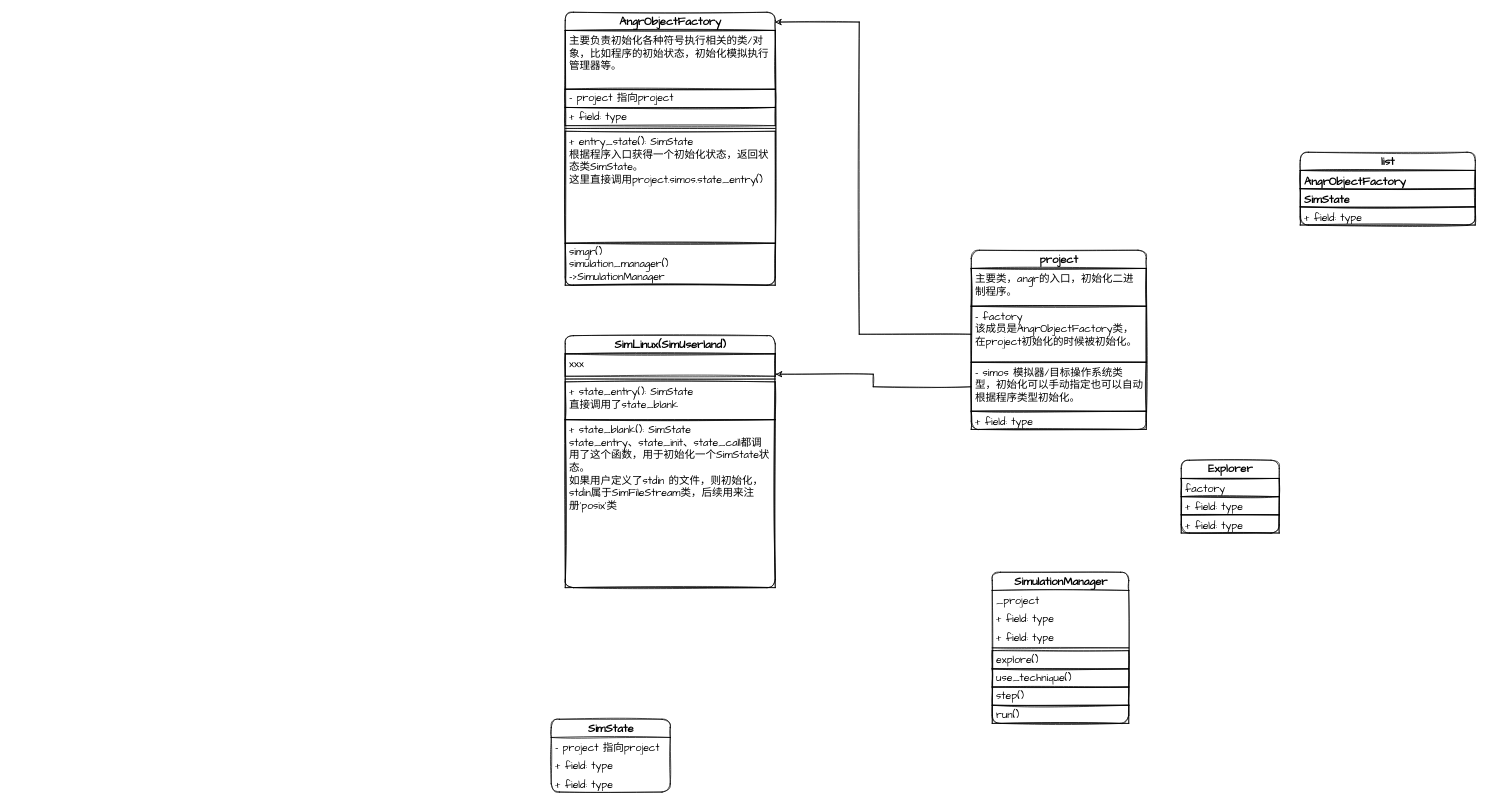
Earlier version of the draw.io diagram Untitled Diagram.drawio (chenaotian/angr-work). Source tidied: cells renumbered, new cells numbered last; positions are measured from the earlier drawing's top-left corner, leaving out a move shared by most shapes. Both pictures are drawn from the tidied source at 70%, with x=0, y=0 at pixel (551, 12).
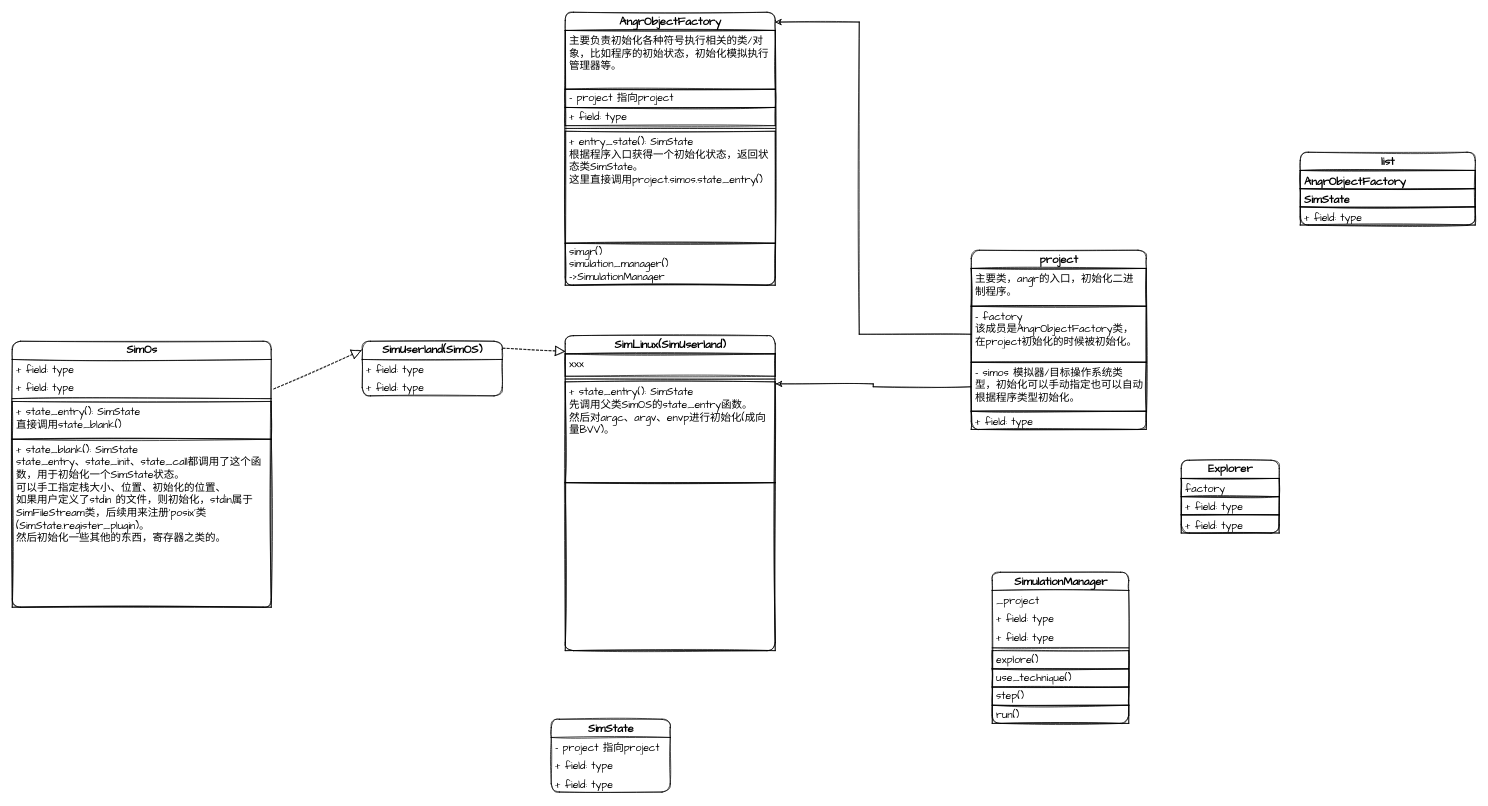
After the change.

What changed in the source:
```diff
@@
     <mxCell id="36" value="SimLinux(SimUserland)" style="swimlane;fontStyle=1;horizontal=1;startSize=26;fillColor=none;shadow=0;glass=0;sketch=1;fontFamily=Comic Sans MS;fontSize=16;fontColor=default;strokeColor=default;html=1;swimlaneLine=1;rounded=1;labelBackgroundColor=none;labelBorderColor=none;" parent="1" vertex="1">
-      <mxGeometry x="20" y="462" width="300" height="360" as="geometry" />
+      <mxGeometry x="20" y="462" width="300" height="450" as="geometry" />
     </mxCell>
@@
-    <mxCell id="39" value="+ state_entry(): SimState&lt;br&gt;直接调用了state_blank" style="text;strokeColor=default;fillColor=none;align=left;verticalAlign=top;spacingLeft=4;spacingRight=4;overflow=hidden;shadow=0;glass=0;sketch=1;fontFamily=Comic Sans MS;fontSize=15;fontColor=default;html=1;" parent="36" vertex="1">
-      <mxGeometry y="66" width="300" height="54" as="geometry" />
+    <mxCell id="39" value="+ state_entry(): SimState&lt;br&gt;先调用父类SimOS的state_entry函数。&lt;br&gt;然后对argc、argv、envp进行初始化(成向量BVV)。" style="text;strokeColor=default;fillColor=none;align=left;verticalAlign=top;spacingLeft=4;spacingRight=4;overflow=hidden;shadow=0;glass=0;sketch=1;fontFamily=Comic Sans MS;fontSize=15;fontColor=default;html=1;whiteSpace=wrap;" parent="36" vertex="1">
+      <mxGeometry y="66" width="300" height="144" as="geometry" />
     </mxCell>
-    <mxCell id="40" value="+ state_blank(): SimState&lt;br&gt;state_entry、state_init、state_call都调用了这个函数，用于初始化一个SimState状态。&lt;br&gt;如果用户定义了stdin 的文件，则初始化，stdin属于SimFileStream类，后续用来注册'posix'类" style="text;strokeColor=default;fillColor=none;align=left;verticalAlign=top;spacingLeft=4;spacingRight=4;overflow=hidden;shadow=0;glass=0;sketch=1;fontFamily=Comic Sans MS;fontSize=15;fontColor=default;html=1;whiteSpace=wrap;" parent="36" vertex="1">
-      <mxGeometry y="120" width="300" height="240" as="geometry" />
+    <mxCell id="40" style="text;strokeColor=default;fillColor=none;align=left;verticalAlign=top;spacingLeft=4;spacingRight=4;overflow=hidden;shadow=0;glass=0;sketch=1;fontFamily=Comic Sans MS;fontSize=15;fontColor=default;html=1;whiteSpace=wrap;" parent="36" vertex="1">
+      <mxGeometry y="210" width="300" height="240" as="geometry" />
     </mxCell>
@@
+    <mxCell id="42" value="SimUserland(SimOS)" style="swimlane;fontStyle=1;horizontal=1;startSize=26;fillColor=none;shadow=0;glass=0;sketch=1;fontFamily=Comic Sans MS;fontSize=16;fontColor=default;strokeColor=default;html=1;swimlaneLine=1;rounded=1;labelBackgroundColor=none;labelBorderColor=none;" parent="1" vertex="1">
+      <mxGeometry x="-270" y="470" width="200" height="78" as="geometry" />
+    </mxCell>
+    <mxCell id="43" value="+ field: type" style="text;strokeColor=none;fillColor=none;align=left;verticalAlign=top;spacingLeft=4;spacingRight=4;overflow=hidden;shadow=0;glass=0;sketch=1;fontFamily=Comic Sans MS;fontSize=15;fontColor=default;html=1;" parent="42" vertex="1">
+      <mxGeometry y="26" width="200" height="26" as="geometry" />
+    </mxCell>
+    <mxCell id="44" value="+ field: type" style="text;strokeColor=none;fillColor=none;align=left;verticalAlign=top;spacingLeft=4;spacingRight=4;overflow=hidden;shadow=0;glass=0;sketch=1;fontFamily=Comic Sans MS;fontSize=15;fontColor=default;html=1;" parent="42" vertex="1">
+      <mxGeometry y="52" width="200" height="26" as="geometry" />
+    </mxCell>
+    <mxCell id="45" value="SimOs" style="swimlane;fontStyle=1;horizontal=1;startSize=26;fillColor=none;shadow=0;glass=0;sketch=1;fontFamily=Comic Sans MS;fontSize=16;fontColor=default;strokeColor=default;html=1;swimlaneLine=1;rounded=1;labelBackgroundColor=none;labelBorderColor=none;" parent="1" vertex="1">
+      <mxGeometry x="-770" y="470" width="370" height="380" as="geometry" />
+    </mxCell>
+    <mxCell id="46" value="+ field: type" style="text;strokeColor=none;fillColor=none;align=left;verticalAlign=top;spacingLeft=4;spacingRight=4;overflow=hidden;shadow=0;glass=0;sketch=1;fontFamily=Comic Sans MS;fontSize=15;fontColor=default;html=1;" parent="45" vertex="1">
+      <mxGeometry y="26" width="370" height="26" as="geometry" />
+    </mxCell>
+    <mxCell id="47" value="+ field: type" style="text;strokeColor=none;fillColor=none;align=left;verticalAlign=top;spacingLeft=4;spacingRight=4;overflow=hidden;shadow=0;glass=0;sketch=1;fontFamily=Comic Sans MS;fontSize=15;fontColor=default;html=1;" parent="45" vertex="1">
+      <mxGeometry y="52" width="370" height="26" as="geometry" />
+    </mxCell>
+    <mxCell id="48" style="line;strokeWidth=1;fillColor=none;align=left;verticalAlign=middle;spacingTop=-1;spacingLeft=3;spacingRight=3;labelPosition=right;rounded=1;shadow=0;glass=0;labelBackgroundColor=none;labelBorderColor=none;sketch=1;fontFamily=Comic Sans MS;fontSize=15;fontColor=default;startSize=26;html=1;strokeColor=default;" parent="45" vertex="1">
+      <mxGeometry y="78" width="370" height="8" as="geometry" />
+    </mxCell>
+    <mxCell id="49" value="+ state_entry(): SimState&lt;br&gt;直接调用state_blank()" style="text;strokeColor=default;fillColor=none;align=left;verticalAlign=top;spacingLeft=4;spacingRight=4;overflow=hidden;shadow=0;glass=0;sketch=1;fontFamily=Comic Sans MS;fontSize=15;fontColor=default;html=1;whiteSpace=wrap;" parent="45" vertex="1">
+      <mxGeometry y="86" width="370" height="54" as="geometry" />
+    </mxCell>
+    <mxCell id="50" value="+ state_blank(): SimState&lt;br&gt;state_entry、state_init、state_call都调用了这个函数，用于初始化一个SimState状态。&lt;br&gt;可以手工指定栈大小、位置、初始化的位置、&lt;br&gt;如果用户定义了stdin 的文件，则初始化，stdin属于SimFileStream类，后续用来注册'posix'类(SimState.register_plugin)。&lt;br&gt;然后初始化一些其他的东西，寄存器之类的。" style="text;strokeColor=default;fillColor=none;align=left;verticalAlign=top;spacingLeft=4;spacingRight=4;overflow=hidden;shadow=0;glass=0;sketch=1;fontFamily=Comic Sans MS;fontSize=15;fontColor=default;html=1;whiteSpace=wrap;" parent="45" vertex="1">
+      <mxGeometry y="140" width="370" height="240" as="geometry" />
+    </mxCell>
+    <mxCell id="51" style="endArrow=block;dashed=1;endFill=0;endSize=12;html=1;rounded=0;sketch=1;fontFamily=Comic Sans MS;exitX=1.01;exitY=0.179;exitDx=0;exitDy=0;exitPerimeter=0;entryX=-0.005;entryY=0.167;entryDx=0;entryDy=0;entryPerimeter=0;" parent="1" edge="1" source="45" target="42">
+      <mxGeometry relative="1" as="geometry" />
+    </mxCell>
+    <mxCell id="52" style="endArrow=block;dashed=1;endFill=0;endSize=12;html=1;rounded=0;sketch=1;fontFamily=Comic Sans MS;exitX=1.005;exitY=0.128;exitDx=0;exitDy=0;exitPerimeter=0;entryX=0;entryY=0.05;entryDx=0;entryDy=0;entryPerimeter=0;" parent="1" edge="1" source="42" target="36">
+      <mxGeometry relative="1" as="geometry" />
+    </mxCell>
```
